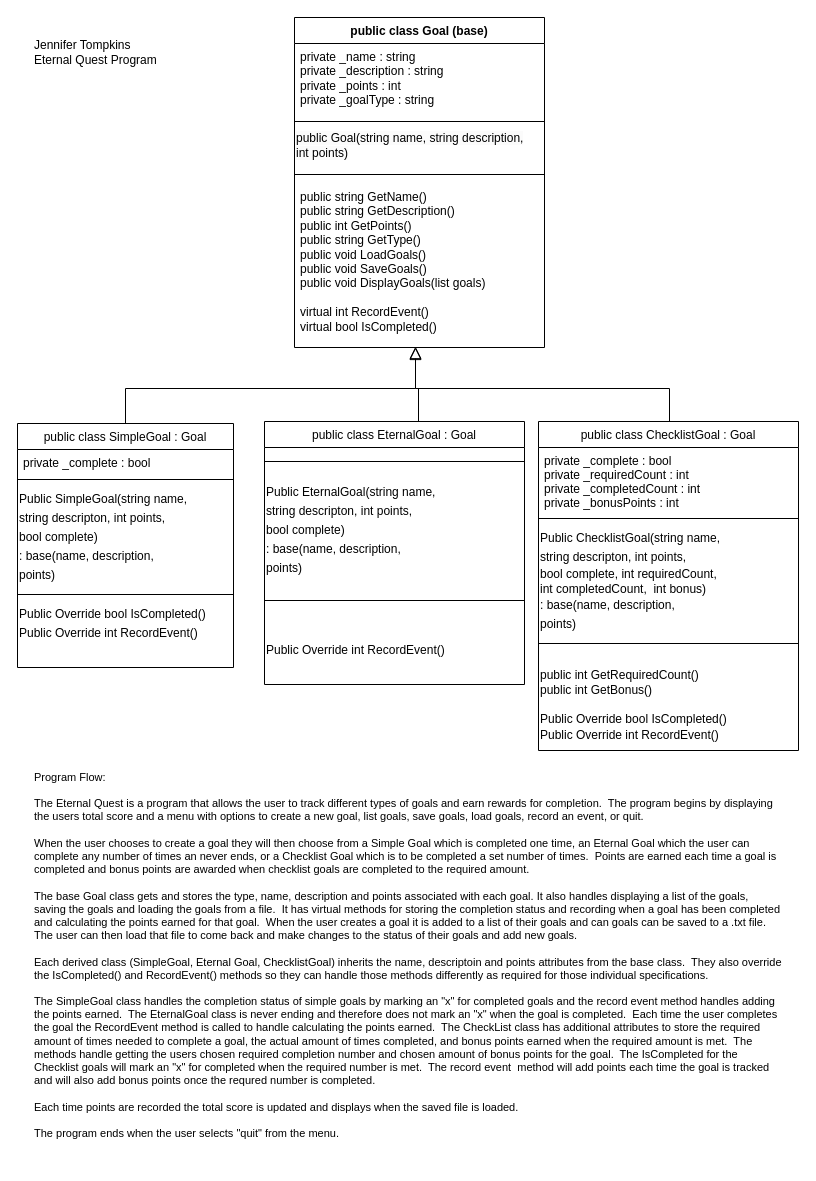
The draw.io diagram prove/Develop05/GoalTracker.drawio in jtompkins1/cse210-projects, before the edit. Source tidied: cells renumbered, new cells numbered last; positions are measured from the earlier drawing's top-left corner, leaving out a move shared by most shapes. Both pictures are drawn from the tidied source at 100%, with x=0, y=0 at pixel (17, 17).
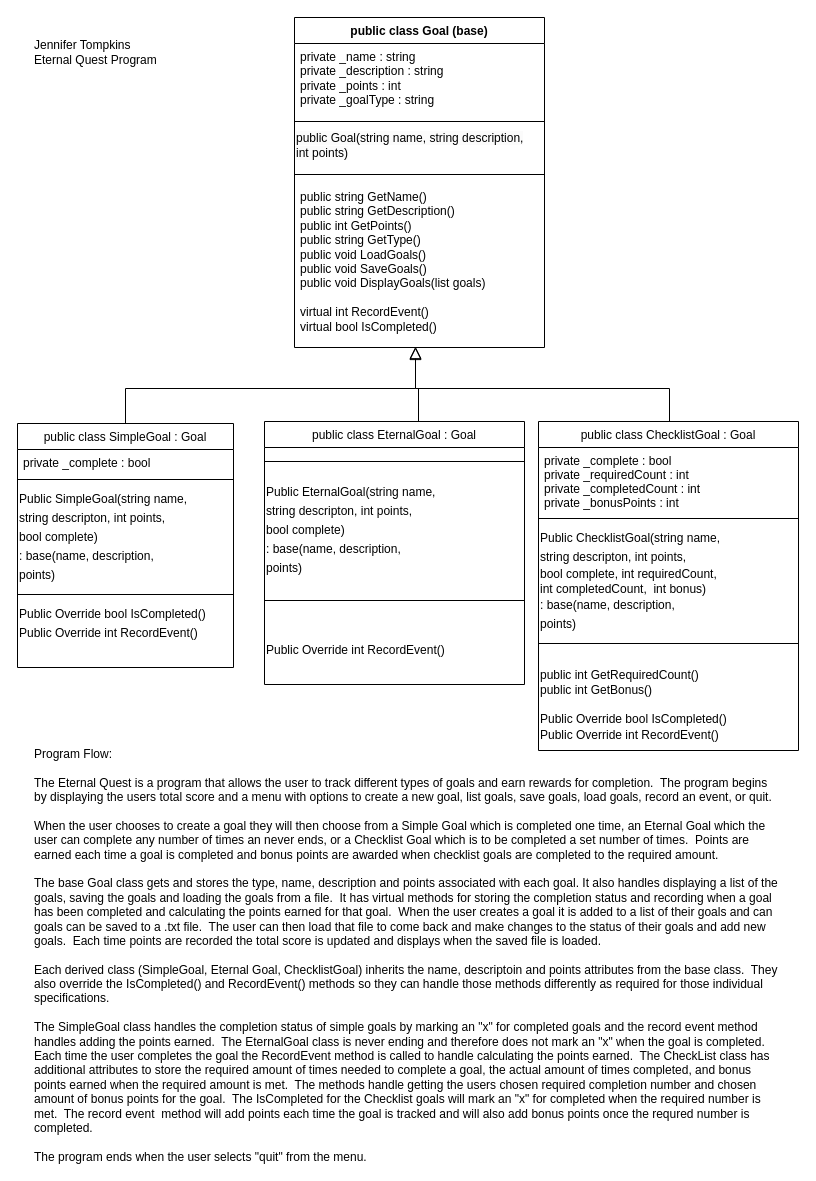
The same page after the edit.

The edit, as a diff of the source:
```diff
@@
-    <mxCell id="29" value="Program Flow:&lt;br style=&quot;font-size: 11px;&quot;&gt;&lt;br style=&quot;font-size: 11px;&quot;&gt;The Eternal Quest is a program that allows the user to track different types of goals and earn rewards for completion.&amp;nbsp; The program begins by displaying the users total score and a menu with options to create a new goal, list goals, save goals, load goals, record an event, or quit.&lt;br style=&quot;font-size: 11px;&quot;&gt;&lt;br style=&quot;font-size: 11px;&quot;&gt;When the user chooses to create a goal they will then choose from a Simple Goal which is completed one time, an Eternal Goal which the user can complete any number of times an never ends, or a Checklist Goal which is to be completed a set number of times.&amp;nbsp; Points are earned each time a goal is completed and bonus points are awarded when checklist goals are completed to the required amount.&lt;br style=&quot;font-size: 11px;&quot;&gt;&lt;br style=&quot;font-size: 11px;&quot;&gt;The base Goal class gets and stores the type, name, description and points associated with each goal. It also handles displaying a list of the goals, saving the goals and loading the goals from a file.&amp;nbsp; It has virtual methods for storing the completion status and recording when a goal has been completed and calculating the points earned for that goal.&amp;nbsp; When the user creates a goal it is added to a list of their goals and can goals can be saved to a .txt file.&amp;nbsp; The user can then load that file to come back and make changes to the status of their goals and add new goals.&amp;nbsp;&amp;nbsp;&lt;br style=&quot;font-size: 11px;&quot;&gt;&lt;br style=&quot;font-size: 11px;&quot;&gt;Each derived class (SimpleGoal, Eternal Goal, ChecklistGoal) inherits the name, descriptoin and points attributes from the base class.&amp;nbsp; They also override the IsCompleted() and RecordEvent() methods so they can handle those methods differently as required for those individual specifications.&lt;br style=&quot;font-size: 11px;&quot;&gt;&lt;br style=&quot;font-size: 11px;&quot;&gt;The SimpleGoal class handles the completion status of simple goals by marking an &quot;x&quot; for completed goals and the record event method handles adding the points earned.&amp;nbsp; The EternalGoal class is never ending and therefore does not mark an &quot;x&quot; when the goal is completed.&amp;nbsp; Each time the user completes the goal the RecordEvent method is called to handle calculating the points earned.&amp;nbsp; The CheckList class has additional attributes to store the required amount of times needed to complete a goal, the actual amount of times completed, and bonus points earned when the required amount is met.&amp;nbsp; The methods handle getting the users chosen required completion number and chosen amount of bonus points for the goal.&amp;nbsp; The IsCompleted for the Checklist goals will mark an &quot;x&quot; for completed when the required number is met.&amp;nbsp; The record event&amp;nbsp; method will add points each time the goal is tracked and will also add bonus points once the requred number is completed.&lt;br style=&quot;font-size: 11px;&quot;&gt;&lt;br style=&quot;font-size: 11px;&quot;&gt;Each time points are recorded the total score is updated and displays when the saved file is loaded.&lt;br style=&quot;font-size: 11px;&quot;&gt;&lt;br style=&quot;font-size: 11px;&quot;&gt;The program ends when the user selects &quot;quit&quot; from the menu." style="text;html=1;strokeColor=none;fillColor=none;align=left;verticalAlign=middle;whiteSpace=wrap;rounded=0;fontSize=11;" parent="1" vertex="1">
+    <mxCell id="29" value="Program Flow:&lt;br style=&quot;font-size: 12px;&quot;&gt;&lt;br style=&quot;font-size: 12px;&quot;&gt;The Eternal Quest is a program that allows the user to track different types of goals and earn rewards for completion.&amp;nbsp; The program begins by displaying the users total score and a menu with options to create a new goal, list goals, save goals, load goals, record an event, or quit.&lt;br style=&quot;font-size: 12px;&quot;&gt;&lt;br style=&quot;font-size: 12px;&quot;&gt;When the user chooses to create a goal they will then choose from a Simple Goal which is completed one time, an Eternal Goal which the user can complete any number of times an never ends, or a Checklist Goal which is to be completed a set number of times.&amp;nbsp; Points are earned each time a goal is completed and bonus points are awarded when checklist goals are completed to the required amount.&lt;br style=&quot;font-size: 12px;&quot;&gt;&lt;br style=&quot;font-size: 12px;&quot;&gt;The base Goal class gets and stores the type, name, description and points associated with each goal. It also handles displaying a list of the goals, saving the goals and loading the goals from a file.&amp;nbsp; It has virtual methods for storing the completion status and recording when a goal has been completed and calculating the points earned for that goal.&amp;nbsp; When the user creates a goal it is added to a list of their goals and can goals can be saved to a .txt file.&amp;nbsp; The user can then load that file to come back and make changes to the status of their goals and add new goals.&amp;nbsp; Each time points are recorded the total score is updated and displays when the saved file is loaded.&lt;br style=&quot;font-size: 12px;&quot;&gt;&lt;br style=&quot;font-size: 12px;&quot;&gt;Each derived class (SimpleGoal, Eternal Goal, ChecklistGoal) inherits the name, descriptoin and points attributes from the base class.&amp;nbsp; They also override the IsCompleted() and RecordEvent() methods so they can handle those methods differently as required for those individual specifications.&lt;br style=&quot;font-size: 12px;&quot;&gt;&lt;br style=&quot;font-size: 12px;&quot;&gt;The SimpleGoal class handles the completion status of simple goals by marking an &quot;x&quot; for completed goals and the record event method handles adding the points earned.&amp;nbsp; The EternalGoal class is never ending and therefore does not mark an &quot;x&quot; when the goal is completed.&amp;nbsp; Each time the user completes the goal the RecordEvent method is called to handle calculating the points earned.&amp;nbsp; The CheckList class has additional attributes to store the required amount of times needed to complete a goal, the actual amount of times completed, and bonus points earned when the required amount is met.&amp;nbsp; The methods handle getting the users chosen required completion number and chosen amount of bonus points for the goal.&amp;nbsp; The IsCompleted for the Checklist goals will mark an &quot;x&quot; for completed when the required number is met.&amp;nbsp; The record event&amp;nbsp; method will add points each time the goal is tracked and will also add bonus points once the requred number is completed.&lt;br style=&quot;font-size: 12px;&quot;&gt;&lt;br style=&quot;font-size: 12px;&quot;&gt;The program ends when the user selects &quot;quit&quot; from the menu." style="text;html=1;strokeColor=none;fillColor=none;align=left;verticalAlign=middle;whiteSpace=wrap;rounded=0;fontSize=12;" parent="1" vertex="1">
       <mxGeometry x="15" y="798" width="751" height="280" as="geometry" />
     </mxCell>
```
